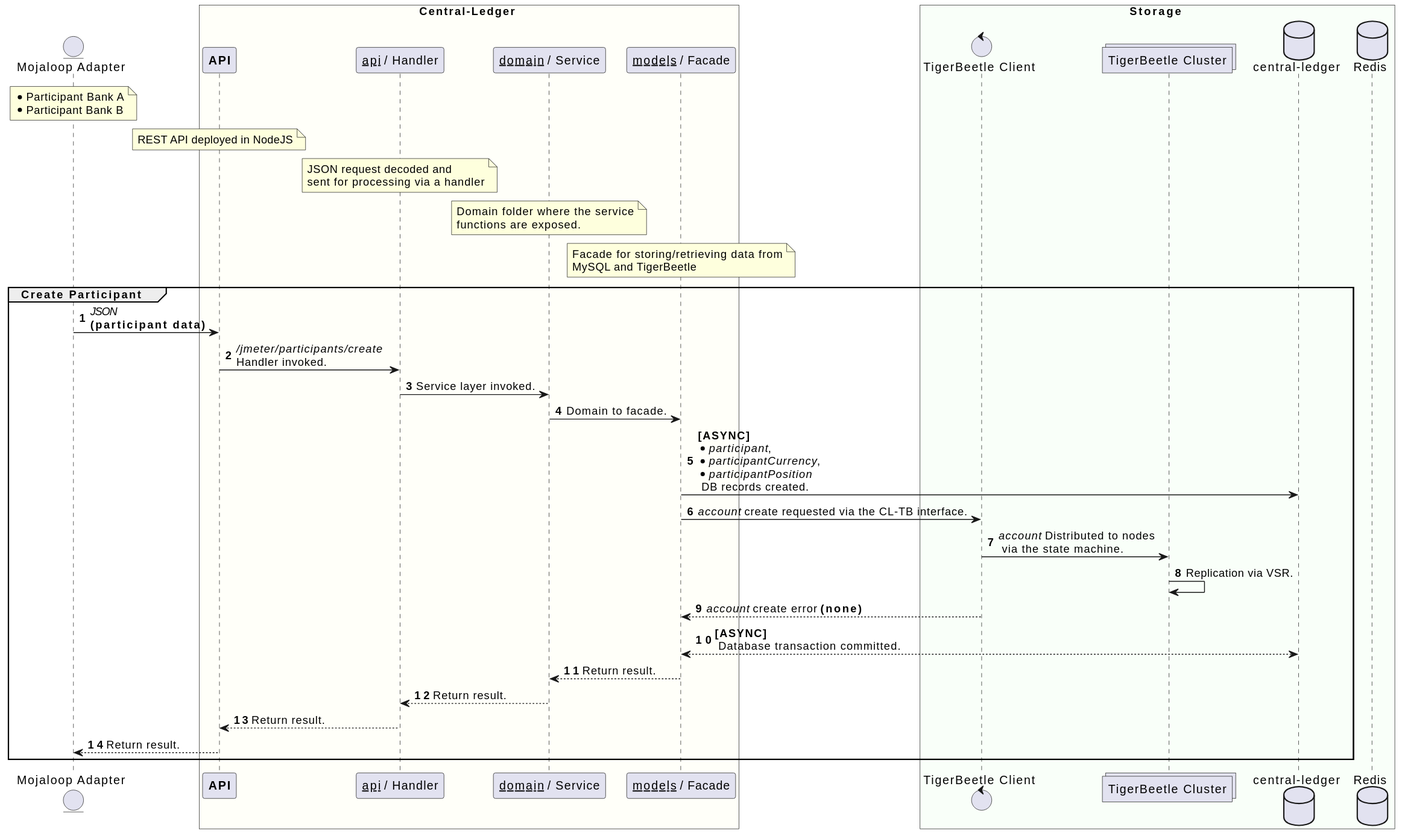
Earlier version of the PlantUML export solution_design/sequence-participant-tb-enabled-create.svg (coilhq/mucoa).
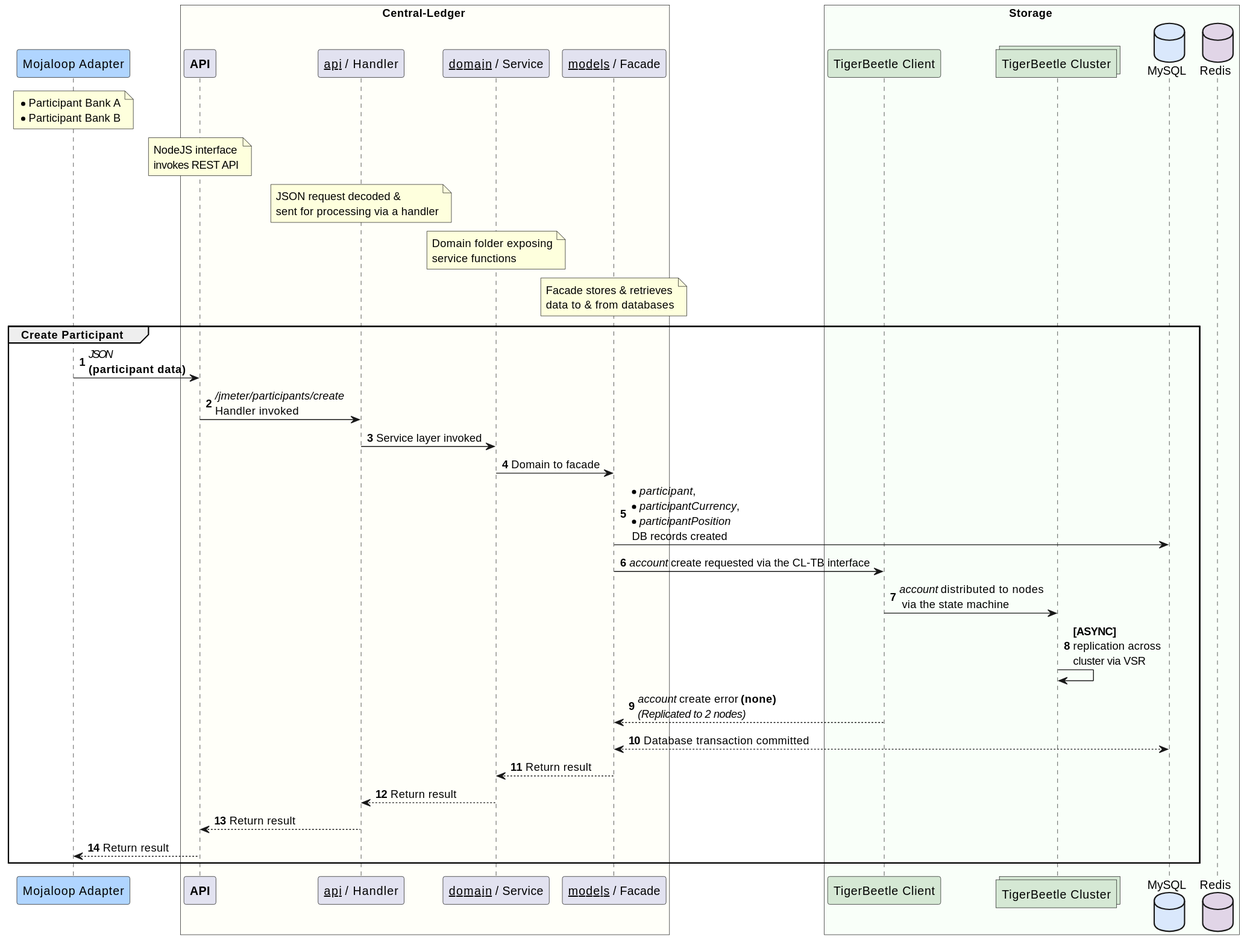
Above is the later version.

Diff of the diagram source:
```diff
@@ -1,5 +1,6 @@
 @startuml
-entity "Mojaloop Adapter" as dfsp
+
+participant "Mojaloop Adapter" as dfsp #B0D5FF
 note over dfsp
     * Participant Bank A
     * Participant Bank B
@@ -12,47 +13,49 @@
     participant "__models__ / Facade" as cl_facade
 
     note over cl_api
-        REST API deployed in NodeJS
+        NodeJS interface
+        invokes REST API
     end note
 
     note over cl_handler
-        JSON request decoded and
+        JSON request decoded &
         sent for processing via a handler
     end note
 
     note over cl_domain
-        Domain folder where the service
-        functions are exposed.
+        Domain folder exposing
+        service functions
     end note
 
     note over cl_facade
-        Facade for storing/retrieving data from
-        MySQL and TigerBeetle
+        Facade stores & retrieves
+        data to & from databases
     end note
 end box
 
 box Storage #F9FFF9
-	control "TigerBeetle Client" as tb_client
-	collections "TigerBeetle Cluster" as tb_nodes
-	database "central-ledger" as cl_db
-	database "Redis" as redis_cache
+	Participant "TigerBeetle Client" as tb_client #D5E8D4
+	collections "TigerBeetle Cluster" as tb_nodes #D5E8D4
+	database "MySQL" as cl_db #DAE8FC
+	database "Redis" as redis_cache #E1D5E7
 end box
 
 autonumber
 group Create Participant
     dfsp -> cl_api : //JSON// \n**(participant data)**
-    cl_api -> cl_handler : ///jmeter/participants/create// \nHandler invoked.
-    cl_handler -> cl_domain : Service layer invoked.
-    cl_domain -> cl_facade : Domain to facade.
-    cl_facade -> cl_db : **[ASYNC]**\n*//participant//, \n*//participantCurrency//, \n*//participantPosition// \n DB records created.
-    cl_facade -> tb_client : //account// create requested via the CL-TB interface.
-    tb_client -> tb_nodes : //account// Distributed to nodes\n via the state machine.
-    tb_nodes -> tb_nodes : Replication via VSR.
-    tb_client --> cl_facade : //account// create error **(none)**
-    cl_db <--> cl_facade : **[ASYNC]**\n Database transaction committed.
-    cl_facade --> cl_domain : Return result.
-    cl_domain --> cl_handler : Return result.
-    cl_handler --> cl_api : Return result.
-    cl_api --> dfsp : Return result.
+    cl_api -> cl_handler : ///jmeter/participants/create// \nHandler invoked
+    cl_handler -> cl_domain : Service layer invoked
+    cl_domain -> cl_facade : Domain to facade
+    cl_facade -> cl_db : *//participant//, \n*//participantCurrency//, \n*//participantPosition// \n DB records created
+    cl_facade -> tb_client : //account// create requested via the CL-TB interface
+    tb_client -> tb_nodes : //account// distributed to nodes\n via the state machine
+    tb_nodes -> tb_nodes : **[ASYNC]**\nreplication across \ncluster via VSR
+    tb_client --> cl_facade : //account// create error **(none)**\n//(Replicated to 2 nodes)//
+    cl_db <--> cl_facade : Database transaction committed
+    cl_facade --> cl_domain : Return result
+    cl_domain --> cl_handler : Return result
+    cl_handler --> cl_api : Return result
+    cl_api --> dfsp : Return result
 end
+
 @enduml
```
